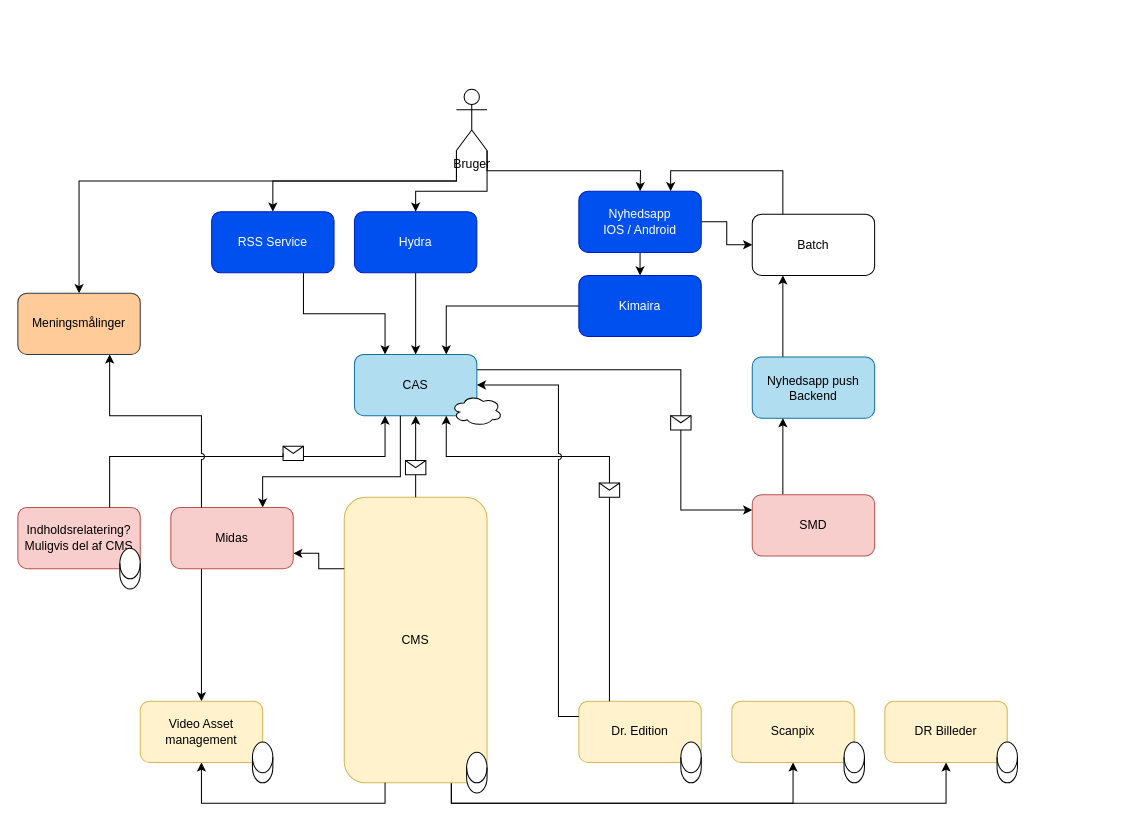
Earlier version of the draw.io diagram page "To Be udgivelseskæden" (5 of 5) of draw-io/målarkitektur.drawio (drdkjtop/arkitektur). Source tidied: cells renumbered, new cells numbered last; positions are measured from the earlier drawing's top-left corner, leaving out a move shared by most shapes. Both pictures are drawn from the tidied source at 102%, with x=0, y=0 at pixel (17, 89).
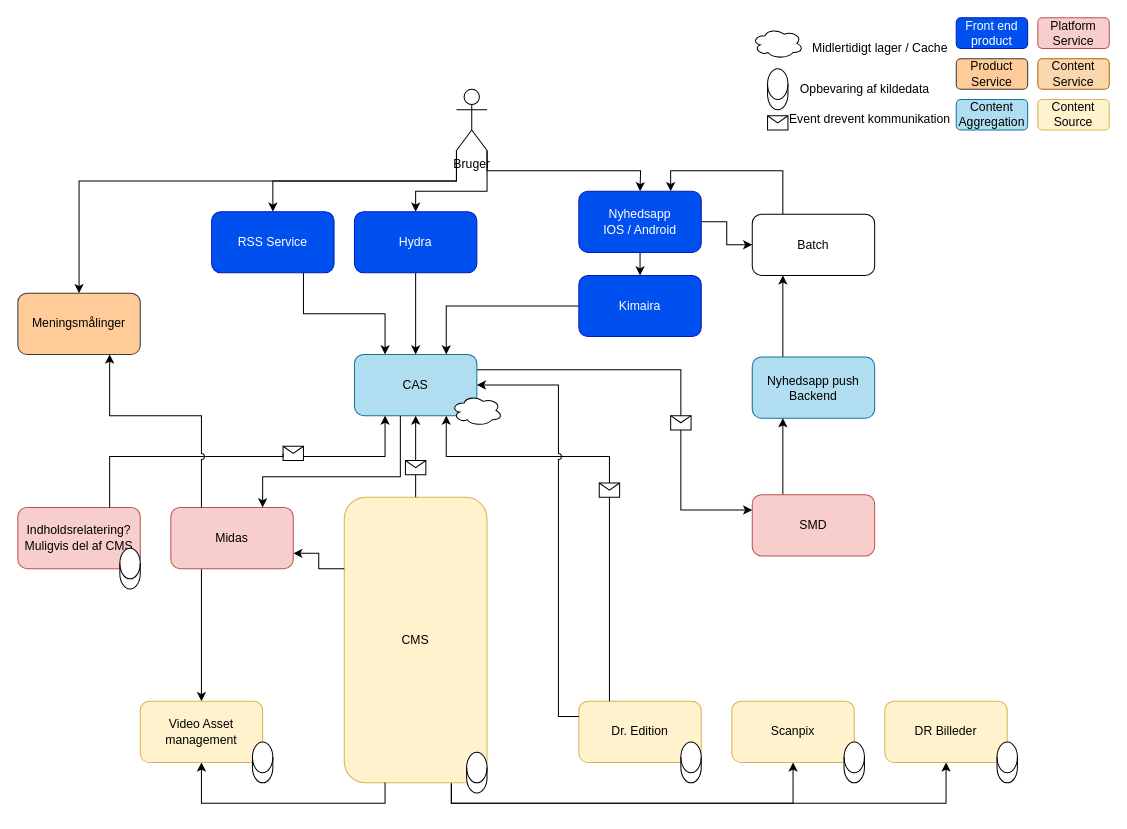
The same diagram, later.

The edit, as a diff of the source:
```diff
@@
-    <mxCell id="53" value="Batch" style="rounded=1;whiteSpace=wrap;html=1;" parent="1" vertex="1">
+    <mxCell id="53" value="Batch" style="rounded=1;whiteSpace=wrap;html=1;fillColor=default;strokeColor=default;fontColor=default;" parent="1" vertex="1">
       <mxGeometry x="720" y="122.5" width="120" height="60" as="geometry" />
     </mxCell>
@@
+    <mxCell id="57" style="ellipse;shape=cloud;whiteSpace=wrap;html=1;fillColor=default;strokeColor=default;fontColor=default;" parent="1" vertex="1">
+      <mxGeometry x="720" y="-60" width="50" height="30" as="geometry" />
+    </mxCell>
+    <mxCell id="58" style="shape=cylinder3;whiteSpace=wrap;html=1;boundedLbl=1;backgroundOutline=1;size=15;fillColor=default;strokeColor=default;fontColor=default;" parent="1" vertex="1">
+      <mxGeometry x="735" y="-20" width="20" height="40" as="geometry" />
+    </mxCell>
+    <mxCell id="59" value="Opbevaring af kildedata" style="text;html=1;align=center;verticalAlign=middle;strokeColor=none;fillColor=none;fontColor=default;" parent="1" vertex="1">
+      <mxGeometry x="760" y="-10" width="140" height="20" as="geometry" />
+    </mxCell>
+    <mxCell id="60" value="Midlertidigt lager / Cache" style="text;html=1;align=center;verticalAlign=middle;strokeColor=none;fillColor=none;fontColor=default;" parent="1" vertex="1">
+      <mxGeometry x="770" y="-50" width="150" height="20" as="geometry" />
+    </mxCell>
+    <mxCell id="61" value="Front end product" style="rounded=1;whiteSpace=wrap;html=1;fillColor=#0050ef;strokeColor=#001DBC;fontColor=#ffffff;" parent="1" vertex="1">
+      <mxGeometry x="920" y="-70" width="70" height="30" as="geometry" />
+    </mxCell>
+    <mxCell id="62" value="Product Service" style="rounded=1;whiteSpace=wrap;html=1;fillColor=#ffcc99;strokeColor=#36393d;fontColor=default;" parent="1" vertex="1">
+      <mxGeometry x="920" y="-30" width="70" height="30" as="geometry" />
+    </mxCell>
+    <mxCell id="63" value="Content Aggregation" style="rounded=1;whiteSpace=wrap;html=1;fillColor=#b1ddf0;strokeColor=#10739e;fontColor=default;" parent="1" vertex="1">
+      <mxGeometry x="920" y="10" width="70" height="30" as="geometry" />
+    </mxCell>
+    <mxCell id="64" value="Platform Service" style="rounded=1;whiteSpace=wrap;html=1;fillColor=#f8cecc;strokeColor=#b85450;fontColor=default;" parent="1" vertex="1">
+      <mxGeometry x="1000" y="-70" width="70" height="30" as="geometry" />
+    </mxCell>
+    <mxCell id="65" value="Content Service" style="rounded=1;whiteSpace=wrap;html=1;fillColor=#fad7ac;strokeColor=#b46504;fontColor=default;" parent="1" vertex="1">
+      <mxGeometry x="1000" y="-30" width="70" height="30" as="geometry" />
+    </mxCell>
+    <mxCell id="66" value="Content Source" style="rounded=1;whiteSpace=wrap;html=1;fillColor=#fff2cc;strokeColor=#d6b656;fontColor=default;" parent="1" vertex="1">
+      <mxGeometry x="1000" y="10" width="70" height="30" as="geometry" />
+    </mxCell>
+    <mxCell id="67" style="shape=message;html=1;fillColor=default;strokeColor=default;fontColor=default;" parent="1" vertex="1">
+      <mxGeometry x="735" y="26" width="20" height="14" as="geometry" />
+    </mxCell>
+    <mxCell id="68" value="Event drevent kommunikation" style="text;html=1;align=center;verticalAlign=middle;strokeColor=none;fillColor=none;fontColor=default;" parent="1" vertex="1">
+      <mxGeometry x="750" y="20" width="170" height="20" as="geometry" />
+    </mxCell>
```
